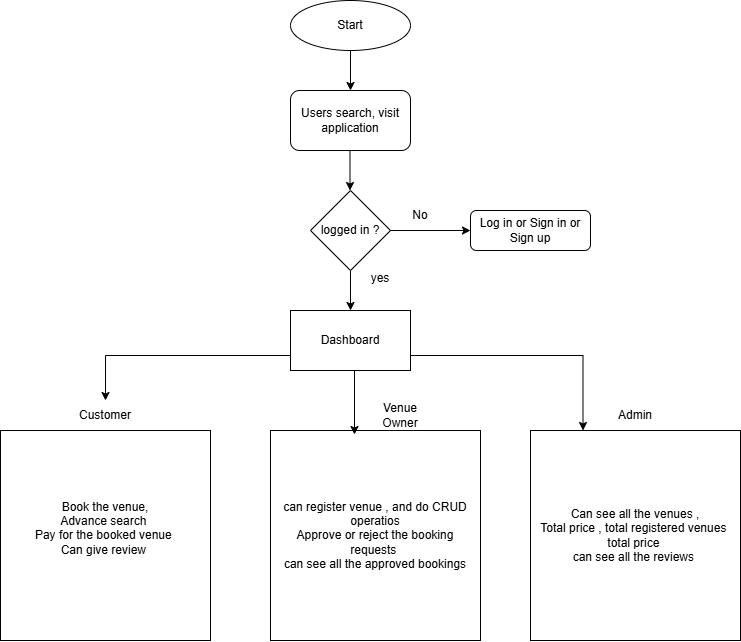
pritamcode53/EventBooking keeps this draw.io diagram as assets/flowchart.png. Above is the earlier version. Source tidied: cells renumbered, new cells last; positions are measured from the earlier drawing's top-left corner, leaving out a move shared by most shapes.
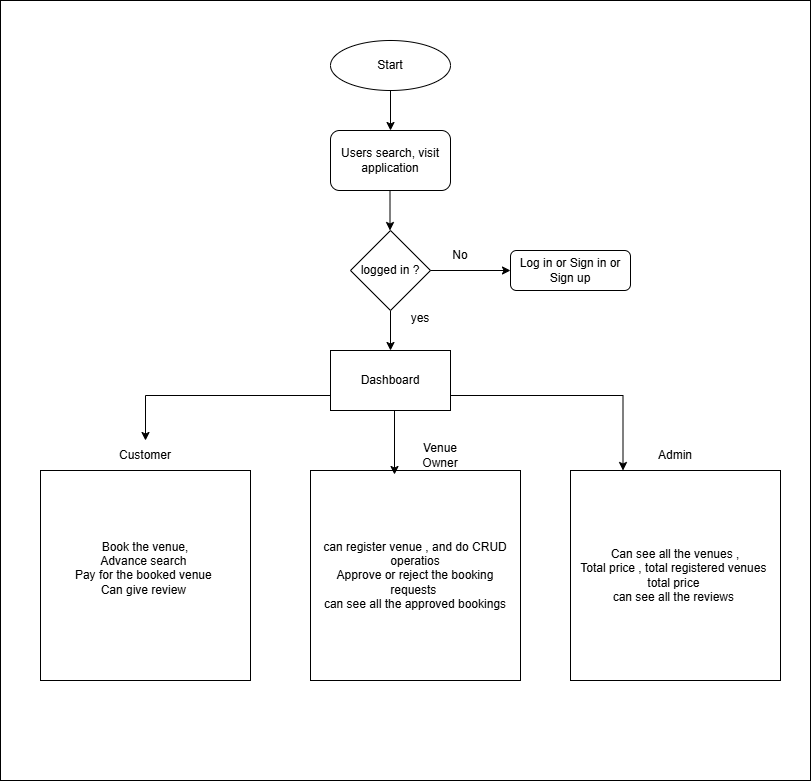
After the change.

The edit, as a diff of the source:
```diff
@@ -2,6 +2,9 @@
   <root>
     <mxCell id="0" />
     <mxCell id="1" parent="0" />
+    <mxCell id="24" style="rounded=0;whiteSpace=wrap;html=1;" parent="1" vertex="1">
+      <mxGeometry x="-40" y="-40" width="810" height="780" as="geometry" />
+    </mxCell>
     <mxCell id="2" value="Start" style="ellipse;whiteSpace=wrap;html=1;" parent="1" vertex="1">
       <mxGeometry x="290" width="120" height="50" as="geometry" />
     </mxCell>
```
